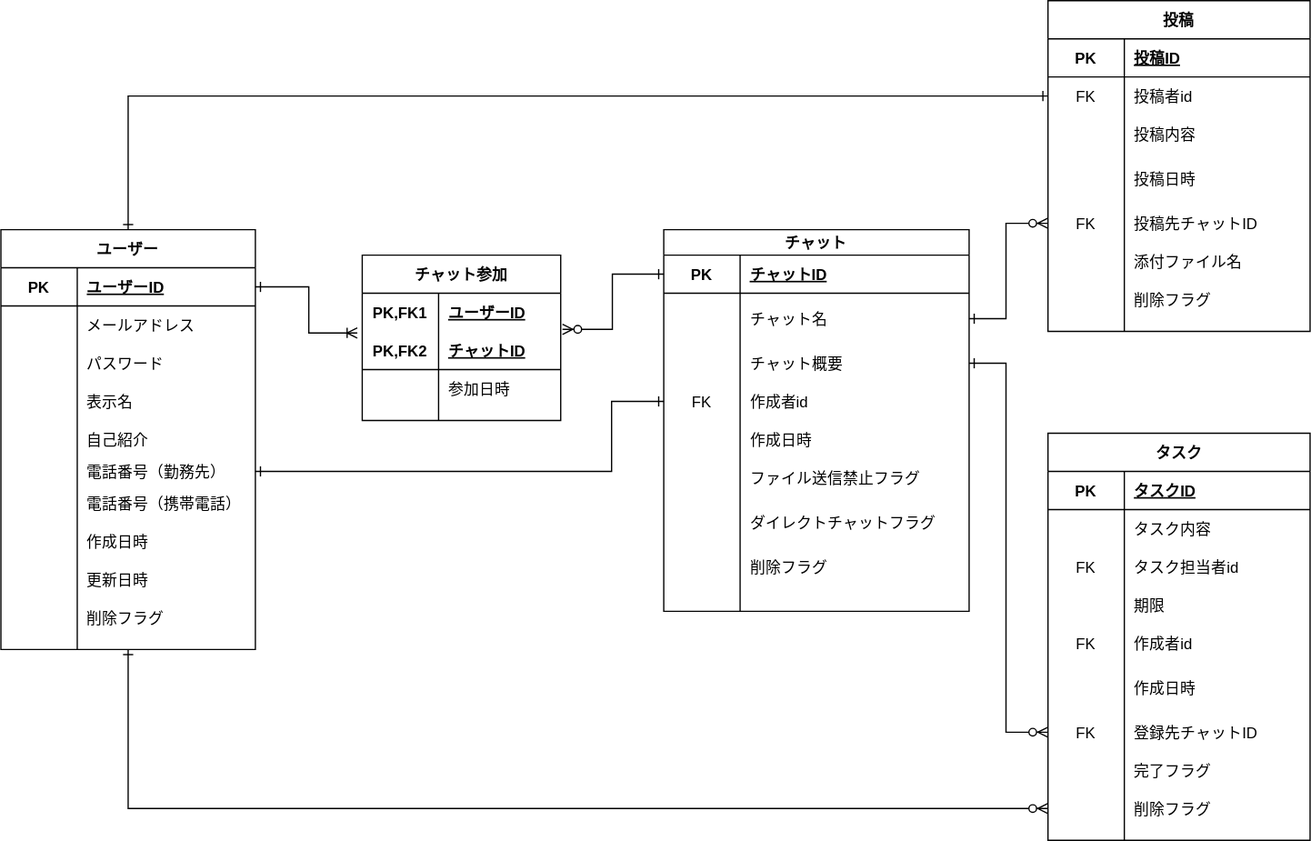
The draw.io diagram db/db-challenge1/ERDiagram.drawio.svg in fjsho/codegym-db, before a commit. Source tidied: cells renumbered, new cells last; positions are measured from the earlier drawing's top-left corner, leaving out a move shared by most shapes.
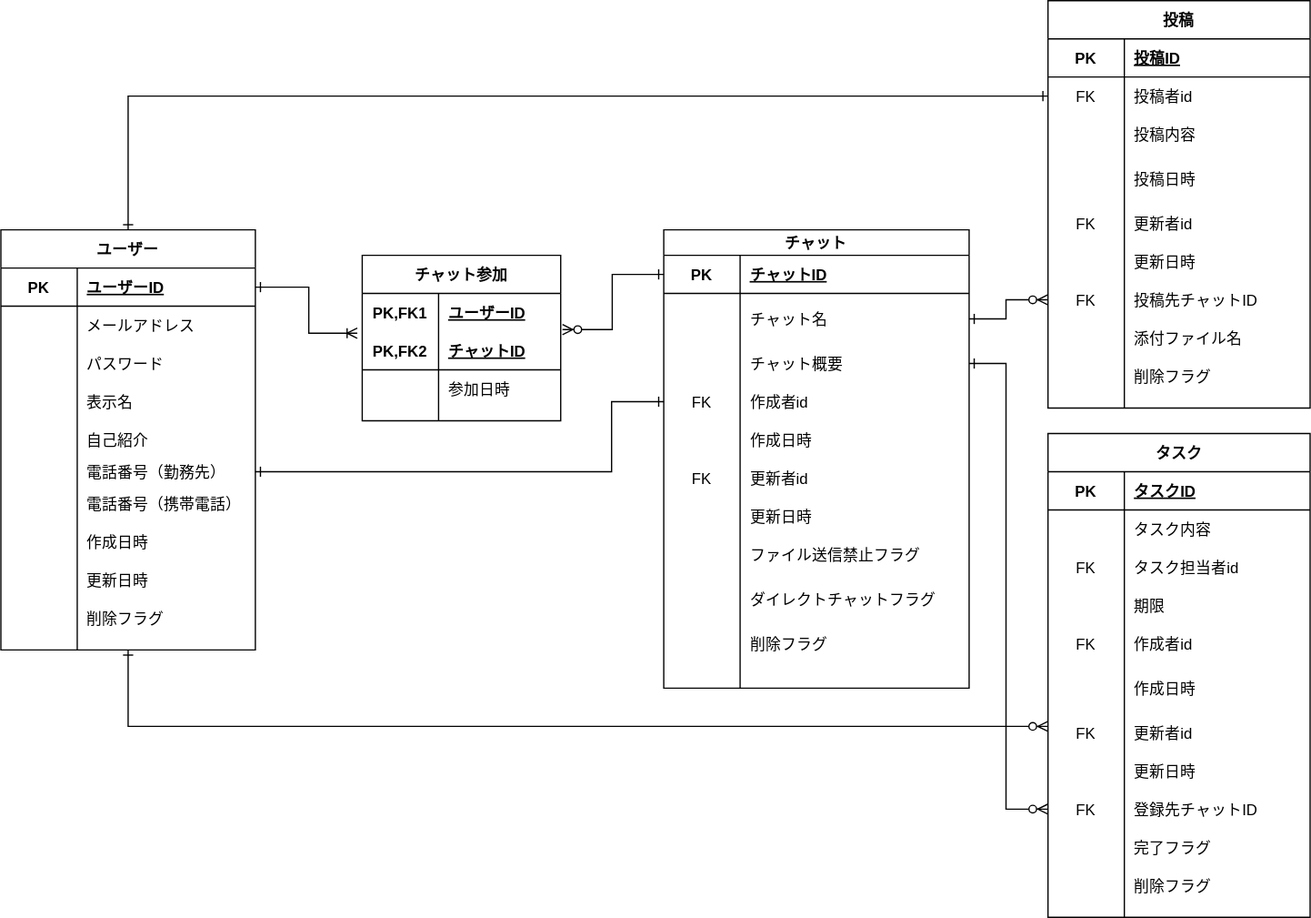
The same diagram one commit later.

Commit message:
[fix]更新者id,更新日時の追加（チャット,投稿,タスク）

What changed in the source:
```diff
@@ -102,12 +102,12 @@
       <mxGeometry relative="1" as="geometry">
         <Array as="points">
           <mxPoint x="790" y="285" />
-          <mxPoint x="790" y="575" />
+          <mxPoint x="790" y="635" />
         </Array>
       </mxGeometry>
     </mxCell>
     <mxCell id="35" value="チャット" style="shape=table;startSize=20;rowLines=0;fontStyle=1;align=center;" parent="1" vertex="1">
-      <mxGeometry x="521" y="180" width="240" height="300" as="geometry" />
+      <mxGeometry x="521" y="180" width="240" height="360" as="geometry" />
     </mxCell>
     <mxCell id="36" style="shape=partialRectangle;fillColor=none;top=0;left=0;bottom=1;right=0;points=[[0,0.5],[1,0.5]];portConstraint=eastwest;" parent="35" vertex="1">
       <mxGeometry y="20" width="240" height="30" as="geometry" />
@@ -154,8 +154,26 @@
     <mxCell id="50" value="作成日時" style="shape=partialRectangle;fillColor=none;top=0;left=0;bottom=0;right=0;align=left;spacingLeft=6;overflow=hidden;" parent="48" vertex="1">
       <mxGeometry x="60" width="180" height="30" as="geometry" />
     </mxCell>
+    <mxCell id="125" style="shape=partialRectangle;fillColor=none;top=0;left=0;bottom=0;right=0;" parent="35" vertex="1">
+      <mxGeometry y="180" width="240" height="30" as="geometry" />
+    </mxCell>
+    <mxCell id="126" value="FK" style="shape=partialRectangle;fillColor=none;top=0;left=0;bottom=0;right=0;overflow=hidden;" parent="125" vertex="1">
+      <mxGeometry width="60" height="30" as="geometry" />
+    </mxCell>
+    <mxCell id="127" value="更新者id" style="shape=partialRectangle;fillColor=none;top=0;left=0;bottom=0;right=0;align=left;spacingLeft=6;overflow=hidden;" parent="125" vertex="1">
+      <mxGeometry x="60" width="180" height="30" as="geometry" />
+    </mxCell>
+    <mxCell id="128" style="shape=partialRectangle;fillColor=none;top=0;left=0;bottom=0;right=0;" parent="35" vertex="1">
+      <mxGeometry y="210" width="240" height="30" as="geometry" />
+    </mxCell>
+    <mxCell id="129" style="shape=partialRectangle;fillColor=none;top=0;left=0;bottom=0;right=0;overflow=hidden;" parent="128" vertex="1">
+      <mxGeometry width="60" height="30" as="geometry" />
+    </mxCell>
+    <mxCell id="130" value="更新日時" style="shape=partialRectangle;fillColor=none;top=0;left=0;bottom=0;right=0;align=left;spacingLeft=6;overflow=hidden;" parent="128" vertex="1">
+      <mxGeometry x="60" width="180" height="30" as="geometry" />
+    </mxCell>
     <mxCell id="51" style="shape=partialRectangle;fillColor=none;top=0;left=0;bottom=0;right=0;" parent="35" vertex="1">
-      <mxGeometry y="180" width="240" height="30" as="geometry" />
+      <mxGeometry y="240" width="240" height="30" as="geometry" />
     </mxCell>
     <mxCell id="52" style="shape=partialRectangle;fillColor=none;top=0;left=0;bottom=0;right=0;overflow=hidden;" parent="51" vertex="1">
       <mxGeometry width="60" height="30" as="geometry" />
@@ -164,7 +182,7 @@
       <mxGeometry x="60" width="180" height="30" as="geometry" />
     </mxCell>
     <mxCell id="54" style="shape=partialRectangle;fillColor=none;top=0;left=0;bottom=0;right=0;" parent="35" vertex="1">
-      <mxGeometry y="210" width="240" height="40" as="geometry" />
+      <mxGeometry y="270" width="240" height="40" as="geometry" />
     </mxCell>
     <mxCell id="55" style="shape=partialRectangle;fillColor=none;top=0;left=0;bottom=0;right=0;overflow=hidden;" parent="54" vertex="1">
       <mxGeometry width="60" height="40" as="geometry" />
@@ -173,7 +191,7 @@
       <mxGeometry x="60" width="180" height="40" as="geometry" />
     </mxCell>
     <mxCell id="57" style="shape=partialRectangle;fillColor=none;top=0;left=0;bottom=0;right=0;" parent="35" vertex="1">
-      <mxGeometry y="250" width="240" height="30" as="geometry" />
+      <mxGeometry y="310" width="240" height="30" as="geometry" />
     </mxCell>
     <mxCell id="58" style="shape=partialRectangle;fillColor=none;top=0;left=0;bottom=0;right=0;overflow=hidden;" parent="57" vertex="1">
       <mxGeometry width="60" height="30" as="geometry" />
@@ -182,7 +200,7 @@
       <mxGeometry x="60" width="180" height="30" as="geometry" />
     </mxCell>
     <mxCell id="60" value="投稿" style="shape=table;startSize=30;rowLines=0;fontStyle=1;align=center;" parent="1" vertex="1">
-      <mxGeometry x="823" width="206" height="260" as="geometry" />
+      <mxGeometry x="823" width="206" height="320" as="geometry" />
     </mxCell>
     <mxCell id="61" style="shape=partialRectangle;fillColor=none;top=0;left=0;bottom=1;right=0;" parent="60" vertex="1">
       <mxGeometry y="30" width="206" height="30" as="geometry" />
@@ -220,8 +238,26 @@
     <mxCell id="72" value="投稿日時" style="shape=partialRectangle;fillColor=none;top=0;left=0;bottom=0;right=0;align=left;spacingLeft=6;overflow=hidden;" parent="70" vertex="1">
       <mxGeometry x="60" width="146" height="40" as="geometry" />
     </mxCell>
+    <mxCell id="131" style="shape=partialRectangle;fillColor=none;top=0;left=0;bottom=0;right=0;" parent="60" vertex="1">
+      <mxGeometry y="160" width="206" height="30" as="geometry" />
+    </mxCell>
+    <mxCell id="132" value="FK" style="shape=partialRectangle;fillColor=none;top=0;left=0;bottom=0;right=0;overflow=hidden;" parent="131" vertex="1">
+      <mxGeometry width="60" height="30" as="geometry" />
+    </mxCell>
+    <mxCell id="133" value="更新者id" style="shape=partialRectangle;fillColor=none;top=0;left=0;bottom=0;right=0;align=left;spacingLeft=6;overflow=hidden;" parent="131" vertex="1">
+      <mxGeometry x="60" width="146" height="30" as="geometry" />
+    </mxCell>
+    <mxCell id="134" style="shape=partialRectangle;fillColor=none;top=0;left=0;bottom=0;right=0;" parent="60" vertex="1">
+      <mxGeometry y="190" width="206" height="30" as="geometry" />
+    </mxCell>
+    <mxCell id="135" style="shape=partialRectangle;fillColor=none;top=0;left=0;bottom=0;right=0;overflow=hidden;" parent="134" vertex="1">
+      <mxGeometry width="60" height="30" as="geometry" />
+    </mxCell>
+    <mxCell id="136" value="更新日時" style="shape=partialRectangle;fillColor=none;top=0;left=0;bottom=0;right=0;align=left;spacingLeft=6;overflow=hidden;" parent="134" vertex="1">
+      <mxGeometry x="60" width="146" height="30" as="geometry" />
+    </mxCell>
     <mxCell id="73" style="shape=partialRectangle;fillColor=none;top=0;left=0;bottom=0;right=0;points=[[0,0.5],[1,0.5]];portConstraint=eastwest;" parent="60" vertex="1">
-      <mxGeometry y="160" width="206" height="30" as="geometry" />
+      <mxGeometry y="220" width="206" height="30" as="geometry" />
     </mxCell>
     <mxCell id="74" value="FK" style="shape=partialRectangle;fillColor=none;top=0;left=0;bottom=0;right=0;overflow=hidden;" parent="73" vertex="1">
       <mxGeometry width="60" height="30" as="geometry" />
@@ -230,7 +266,7 @@
       <mxGeometry x="60" width="146" height="30" as="geometry" />
     </mxCell>
     <mxCell id="76" style="shape=partialRectangle;fillColor=none;top=0;left=0;bottom=0;right=0;" parent="60" vertex="1">
-      <mxGeometry y="190" width="206" height="30" as="geometry" />
+      <mxGeometry y="250" width="206" height="30" as="geometry" />
     </mxCell>
     <mxCell id="77" style="shape=partialRectangle;fillColor=none;top=0;left=0;bottom=0;right=0;overflow=hidden;" parent="76" vertex="1">
       <mxGeometry width="60" height="30" as="geometry" />
@@ -239,7 +275,7 @@
       <mxGeometry x="60" width="146" height="30" as="geometry" />
     </mxCell>
     <mxCell id="79" style="shape=partialRectangle;fillColor=none;top=0;left=0;bottom=0;right=0;" parent="60" vertex="1">
-      <mxGeometry y="220" width="206" height="30" as="geometry" />
+      <mxGeometry y="280" width="206" height="30" as="geometry" />
     </mxCell>
     <mxCell id="80" style="shape=partialRectangle;fillColor=none;top=0;left=0;bottom=0;right=0;overflow=hidden;" parent="79" vertex="1">
       <mxGeometry width="60" height="30" as="geometry" />
@@ -248,7 +284,7 @@
       <mxGeometry x="60" width="146" height="30" as="geometry" />
     </mxCell>
     <mxCell id="82" value="タスク" style="shape=table;startSize=30;rowLines=0;fontStyle=1;align=center;" parent="1" vertex="1">
-      <mxGeometry x="823" y="340" width="206" height="320" as="geometry" />
+      <mxGeometry x="823" y="340" width="206" height="380" as="geometry" />
     </mxCell>
     <mxCell id="83" style="shape=partialRectangle;fillColor=none;top=0;left=0;bottom=1;right=0;" parent="82" vertex="1">
       <mxGeometry y="30" width="206" height="30" as="geometry" />
@@ -304,8 +340,26 @@
     <mxCell id="100" value="作成日時" style="shape=partialRectangle;fillColor=none;top=0;left=0;bottom=0;right=0;align=left;spacingLeft=6;overflow=hidden;" parent="98" vertex="1">
       <mxGeometry x="60" width="146" height="40" as="geometry" />
     </mxCell>
+    <mxCell id="137" style="shape=partialRectangle;fillColor=none;top=0;left=0;bottom=0;right=0;" parent="82" vertex="1">
+      <mxGeometry y="220" width="206" height="30" as="geometry" />
+    </mxCell>
+    <mxCell id="138" value="FK" style="shape=partialRectangle;fillColor=none;top=0;left=0;bottom=0;right=0;overflow=hidden;" parent="137" vertex="1">
+      <mxGeometry width="60" height="30" as="geometry" />
+    </mxCell>
+    <mxCell id="139" value="更新者id" style="shape=partialRectangle;fillColor=none;top=0;left=0;bottom=0;right=0;align=left;spacingLeft=6;overflow=hidden;" parent="137" vertex="1">
+      <mxGeometry x="60" width="146" height="30" as="geometry" />
+    </mxCell>
+    <mxCell id="140" style="shape=partialRectangle;fillColor=none;top=0;left=0;bottom=0;right=0;" parent="82" vertex="1">
+      <mxGeometry y="250" width="206" height="30" as="geometry" />
+    </mxCell>
+    <mxCell id="141" style="shape=partialRectangle;fillColor=none;top=0;left=0;bottom=0;right=0;overflow=hidden;" parent="140" vertex="1">
+      <mxGeometry width="60" height="30" as="geometry" />
+    </mxCell>
+    <mxCell id="142" value="更新日時" style="shape=partialRectangle;fillColor=none;top=0;left=0;bottom=0;right=0;align=left;spacingLeft=6;overflow=hidden;" parent="140" vertex="1">
+      <mxGeometry x="60" width="146" height="30" as="geometry" />
+    </mxCell>
     <mxCell id="101" style="shape=partialRectangle;fillColor=none;top=0;left=0;bottom=0;right=0;points=[[0,0.5],[1,0.5]];portConstraint=eastwest;" parent="82" vertex="1">
-      <mxGeometry y="220" width="206" height="30" as="geometry" />
+      <mxGeometry y="280" width="206" height="30" as="geometry" />
     </mxCell>
     <mxCell id="102" value="FK" style="shape=partialRectangle;fillColor=none;top=0;left=0;bottom=0;right=0;overflow=hidden;" parent="101" vertex="1">
       <mxGeometry width="60" height="30" as="geometry" />
@@ -314,7 +368,7 @@
       <mxGeometry x="60" width="146" height="30" as="geometry" />
     </mxCell>
     <mxCell id="104" style="shape=partialRectangle;fillColor=none;top=0;left=0;bottom=0;right=0;" parent="82" vertex="1">
-      <mxGeometry y="250" width="206" height="30" as="geometry" />
+      <mxGeometry y="310" width="206" height="30" as="geometry" />
     </mxCell>
     <mxCell id="105" style="shape=partialRectangle;fillColor=none;top=0;left=0;bottom=0;right=0;overflow=hidden;" parent="104" vertex="1">
       <mxGeometry width="60" height="30" as="geometry" />
@@ -323,7 +377,7 @@
       <mxGeometry x="60" width="146" height="30" as="geometry" />
     </mxCell>
     <mxCell id="107" style="shape=partialRectangle;fillColor=none;top=0;left=0;bottom=0;right=0;points=[[0,0.5],[1,0.5]];portConstraint=eastwest;" parent="82" vertex="1">
-      <mxGeometry y="280" width="206" height="30" as="geometry" />
+      <mxGeometry y="340" width="206" height="30" as="geometry" />
     </mxCell>
     <mxCell id="108" style="shape=partialRectangle;fillColor=none;top=0;left=0;bottom=0;right=0;overflow=hidden;" parent="107" vertex="1">
       <mxGeometry width="60" height="30" as="geometry" />
@@ -335,7 +389,7 @@
       <mxGeometry relative="1" as="geometry">
         <Array as="points">
           <mxPoint x="790" y="250" />
-          <mxPoint x="790" y="175" />
+          <mxPoint x="790" y="235" />
         </Array>
       </mxGeometry>
     </mxCell>
@@ -380,10 +434,12 @@
         </Array>
       </mxGeometry>
     </mxCell>
-    <mxCell id="123" style="edgeStyle=orthogonalEdgeStyle;rounded=0;jettySize=auto;html=1;startArrow=ERzeroToMany;startFill=1;endArrow=ERone;endFill=0;entryX=0.5;entryY=1;entryDx=0;entryDy=0;exitX=0;exitY=0.5;exitDx=0;exitDy=0;" parent="1" edge="1" source="107" target="3">
+    <mxCell id="123" style="edgeStyle=orthogonalEdgeStyle;rounded=0;jettySize=auto;html=1;startArrow=ERzeroToMany;startFill=1;endArrow=ERone;endFill=0;entryX=0.5;entryY=1;entryDx=0;entryDy=0;" parent="1" edge="1" target="3">
       <mxGeometry relative="1" as="geometry">
+        <mxPoint x="823" y="570" as="sourcePoint" />
         <Array as="points">
-          <mxPoint x="100" y="635" />
+          <mxPoint x="823" y="570" />
+          <mxPoint x="100" y="570" />
         </Array>
       </mxGeometry>
     </mxCell>
```
